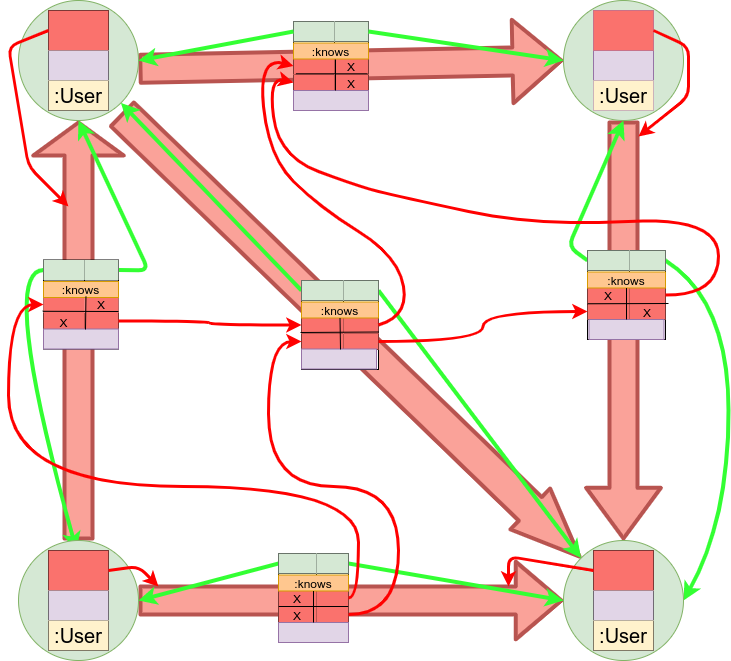
This is doc/kolloquium/img/example_structs.png from SomeUserName1/master, a draw.io export, as it was before one commit. Source tidied: cells renumbered, new cells last; positions are measured from the earlier drawing's top-left corner, leaving out a move shared by most shapes.
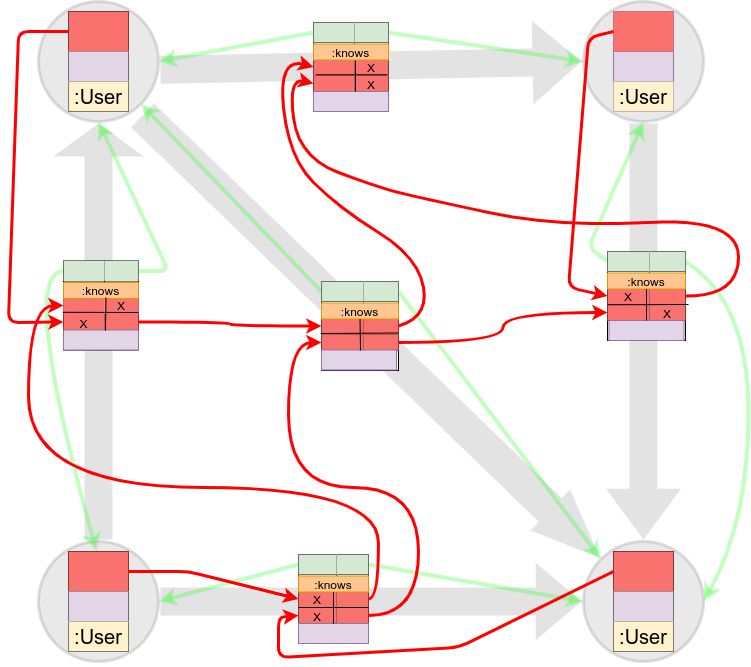
After the change.

Commit message:
incluidence list figure adjust data structure ex

What changed in the source:
```diff
@@ -2,24 +2,24 @@
   <root>
     <mxCell id="0" />
     <mxCell id="1" parent="0" />
-    <mxCell id="2" style="shape=flexArrow;endArrow=classic;html=1;strokeWidth=4;width=30;strokeColor=#b85450;entryX=0;entryY=0;entryDx=0;entryDy=0;endWidth=20;endSize=21.571428571428573;exitX=0.854;exitY=0.937;exitDx=0;exitDy=0;exitPerimeter=0;fillColor=#FAA299;" parent="1" edge="1" source="7" target="50">
+    <mxCell id="2" style="shape=flexArrow;endArrow=classic;html=1;strokeWidth=4;width=30;entryX=0;entryY=0;entryDx=0;entryDy=0;endWidth=20;endSize=21.571428571428573;exitX=0.854;exitY=0.937;exitDx=0;exitDy=0;exitPerimeter=0;opacity=30;strokeColor=none;fillColor=#A1A1A1;" parent="1" edge="1" source="7" target="50">
       <mxGeometry relative="1" as="geometry" />
     </mxCell>
-    <mxCell id="3" style="shape=flexArrow;endArrow=classic;html=1;strokeWidth=4;width=25;strokeColor=#b85450;entryX=0.5;entryY=1;entryDx=0;entryDy=0;endWidth=58.57142857142858;endSize=9.67142857142857;fillColor=#FAA299;exitX=0.5;exitY=0;exitDx=0;exitDy=0;" parent="1" edge="1" source="42" target="7">
+    <mxCell id="3" style="shape=flexArrow;endArrow=classic;html=1;strokeWidth=4;width=25;entryX=0.5;entryY=1;entryDx=0;entryDy=0;endWidth=58.57142857142858;endSize=9.67142857142857;exitX=0.5;exitY=0;exitDx=0;exitDy=0;opacity=30;strokeColor=none;fillColor=#A1A1A1;" parent="1" edge="1" source="42" target="7">
       <mxGeometry relative="1" as="geometry" />
     </mxCell>
-    <mxCell id="4" style="shape=flexArrow;endArrow=classic;html=1;strokeWidth=4;width=25;strokeColor=#b85450;entryX=0;entryY=0.5;entryDx=0;entryDy=0;endWidth=45.714285714285715;endSize=13.957142857142857;fillColor=#FAA299;exitX=1;exitY=0.5;exitDx=0;exitDy=0;" parent="1" edge="1" source="42" target="50">
+    <mxCell id="4" style="shape=flexArrow;endArrow=classic;html=1;strokeWidth=4;width=25;entryX=0;entryY=0.5;entryDx=0;entryDy=0;endWidth=45.714285714285715;endSize=13.957142857142857;exitX=1;exitY=0.5;exitDx=0;exitDy=0;opacity=30;strokeColor=none;fillColor=#A1A1A1;" parent="1" edge="1" source="42" target="50">
       <mxGeometry relative="1" as="geometry" />
     </mxCell>
-    <mxCell id="5" style="shape=flexArrow;endArrow=classic;html=1;strokeWidth=4;width=25;strokeColor=#b85450;entryX=0.5;entryY=0;entryDx=0;entryDy=0;endWidth=42.85714285714286;endSize=15.571428571428573;fillColor=#FAA299;exitX=0.5;exitY=1;exitDx=0;exitDy=0;" parent="1" edge="1" source="58" target="50">
+    <mxCell id="5" style="shape=flexArrow;endArrow=classic;html=1;strokeWidth=4;width=25;entryX=0.5;entryY=0;entryDx=0;entryDy=0;endWidth=42.85714285714286;endSize=15.571428571428573;exitX=0.5;exitY=1;exitDx=0;exitDy=0;opacity=30;strokeColor=none;fillColor=#A1A1A1;" parent="1" edge="1" source="58" target="50">
       <mxGeometry relative="1" as="geometry" />
     </mxCell>
-    <mxCell id="6" style="shape=flexArrow;endArrow=classic;html=1;strokeWidth=4;width=25;strokeColor=#b85450;entryX=0;entryY=0.5;entryDx=0;entryDy=0;endWidth=51.42857142857143;endSize=14.971428571428573;fillColor=#FAA299;" parent="1" edge="1" target="58">
+    <mxCell id="6" style="shape=flexArrow;endArrow=classic;html=1;strokeWidth=4;width=25;entryX=0;entryY=0.5;entryDx=0;entryDy=0;endWidth=51.42857142857143;endSize=14.971428571428573;opacity=30;strokeColor=none;fillColor=#A1A1A1;" parent="1" edge="1" target="58">
       <mxGeometry relative="1" as="geometry">
         <mxPoint x="140" y="172.3" as="sourcePoint" />
       </mxGeometry>
     </mxCell>
-    <mxCell id="7" style="ellipse;whiteSpace=wrap;html=1;shadow=0;strokeColor=#82b366;strokeWidth=1;fillColor=#d5e8d4;" parent="1" vertex="1">
+    <mxCell id="7" style="ellipse;whiteSpace=wrap;html=1;shadow=0;strokeWidth=3;strokeColor=#949494;opacity=30;fillColor=#B5B5B5;" parent="1" vertex="1">
       <mxGeometry x="20" y="104" width="120" height="120" as="geometry" />
     </mxCell>
     <mxCell id="8" style="shape=table;html=1;whiteSpace=wrap;startSize=0;strokeWidth=1;shadow=0;swimlaneFillColor=none;sketch=0;rounded=0;" parent="1" vertex="1">
@@ -94,13 +94,13 @@
     <mxCell id="31" value="&lt;span style=&quot;font-size: 20px&quot;&gt;:User&lt;/span&gt;" style="shape=partialRectangle;html=1;whiteSpace=wrap;fillColor=#fff2cc;top=0;left=0;bottom=0;right=0;overflow=hidden;strokeColor=#d6b656;" parent="30" vertex="1">
       <mxGeometry width="60" height="30" as="geometry" />
     </mxCell>
-    <mxCell id="32" style="endArrow=classic;html=1;exitX=1;exitY=0.5;exitDx=0;exitDy=0;entryX=0;entryY=0.5;entryDx=0;entryDy=0;fillColor=#d5e8d4;strokeWidth=4;strokeColor=#33FF33;" parent="1" edge="1" source="9" target="58">
+    <mxCell id="32" style="endArrow=classic;html=1;exitX=1;exitY=0.5;exitDx=0;exitDy=0;entryX=0;entryY=0.5;entryDx=0;entryDy=0;fillColor=#d5e8d4;strokeWidth=4;strokeColor=#33FF33;opacity=30;" parent="1" edge="1" source="9" target="58">
       <mxGeometry relative="1" as="geometry" />
     </mxCell>
-    <mxCell id="33" style="endArrow=classic;html=1;exitX=0;exitY=0.5;exitDx=0;exitDy=0;fillColor=#d5e8d4;strokeWidth=4;entryX=1;entryY=0.5;entryDx=0;entryDy=0;strokeColor=#33FF33;" parent="1" edge="1" source="9" target="7">
+    <mxCell id="33" style="endArrow=classic;html=1;exitX=0;exitY=0.5;exitDx=0;exitDy=0;fillColor=#d5e8d4;strokeWidth=4;entryX=1;entryY=0.5;entryDx=0;entryDy=0;strokeColor=#33FF33;opacity=30;" parent="1" edge="1" source="9" target="7">
       <mxGeometry relative="1" as="geometry" />
     </mxCell>
-    <mxCell id="34" style="endArrow=classic;html=1;fillColor=#d5e8d4;strokeWidth=4;exitX=1;exitY=0.5;exitDx=0;exitDy=0;strokeColor=#33FF33;" parent="1" edge="1" source="119">
+    <mxCell id="34" style="endArrow=classic;html=1;fillColor=#d5e8d4;strokeWidth=4;exitX=1;exitY=0.5;exitDx=0;exitDy=0;strokeColor=#33FF33;opacity=30;" parent="1" edge="1" source="119">
       <mxGeometry relative="1" as="geometry">
         <mxPoint x="80" y="224" as="targetPoint" />
         <Array as="points">
@@ -108,27 +108,27 @@
         </Array>
       </mxGeometry>
     </mxCell>
-    <mxCell id="35" style="curved=1;endArrow=classic;html=1;entryX=0.467;entryY=0;entryDx=0;entryDy=0;exitX=0;exitY=0.5;exitDx=0;exitDy=0;fillColor=#d5e8d4;strokeWidth=4;entryPerimeter=0;strokeColor=#33FF33;" parent="1" edge="1" source="119" target="44">
+    <mxCell id="35" style="curved=1;endArrow=classic;html=1;entryX=0.467;entryY=0;entryDx=0;entryDy=0;exitX=0;exitY=0.5;exitDx=0;exitDy=0;fillColor=#d5e8d4;strokeWidth=4;entryPerimeter=0;strokeColor=#33FF33;opacity=30;" parent="1" edge="1" source="119" target="44">
       <mxGeometry relative="1" as="geometry">
         <Array as="points">
           <mxPoint y="374" />
         </Array>
       </mxGeometry>
     </mxCell>
-    <mxCell id="36" style="endArrow=classic;html=1;exitX=0;exitY=0.5;exitDx=0;exitDy=0;entryX=1;entryY=0.5;entryDx=0;entryDy=0;fillColor=#d5e8d4;strokeWidth=4;strokeColor=#33FF33;" parent="1" edge="1" source="85" target="42">
+    <mxCell id="36" style="endArrow=classic;html=1;exitX=0;exitY=0.5;exitDx=0;exitDy=0;entryX=1;entryY=0.5;entryDx=0;entryDy=0;fillColor=#d5e8d4;strokeWidth=4;strokeColor=#33FF33;opacity=30;" parent="1" edge="1" source="85" target="42">
       <mxGeometry relative="1" as="geometry" />
     </mxCell>
-    <mxCell id="37" style="endArrow=classic;html=1;entryX=0;entryY=0.5;entryDx=0;entryDy=0;exitX=1;exitY=0.5;exitDx=0;exitDy=0;fillColor=#d5e8d4;strokeWidth=4;strokeColor=#33FF33;" parent="1" edge="1" source="85" target="50">
+    <mxCell id="37" style="endArrow=classic;html=1;entryX=0;entryY=0.5;entryDx=0;entryDy=0;exitX=1;exitY=0.5;exitDx=0;exitDy=0;fillColor=#d5e8d4;strokeWidth=4;strokeColor=#33FF33;opacity=30;" parent="1" edge="1" source="85" target="50">
       <mxGeometry relative="1" as="geometry" />
     </mxCell>
-    <mxCell id="38" style="endArrow=classic;html=1;entryX=0.5;entryY=1;entryDx=0;entryDy=0;fillColor=#d5e8d4;strokeWidth=4;exitX=0;exitY=0.5;exitDx=0;exitDy=0;strokeColor=#33FF33;" parent="1" edge="1" source="68" target="58">
+    <mxCell id="38" style="endArrow=classic;html=1;entryX=0.5;entryY=1;entryDx=0;entryDy=0;fillColor=#d5e8d4;strokeWidth=4;exitX=0;exitY=0.5;exitDx=0;exitDy=0;strokeColor=#33FF33;opacity=30;" parent="1" edge="1" source="68" target="58">
       <mxGeometry relative="1" as="geometry">
         <Array as="points">
           <mxPoint x="570" y="350" />
         </Array>
       </mxGeometry>
     </mxCell>
-    <mxCell id="39" style="curved=1;endArrow=classic;html=1;entryX=1;entryY=0.5;entryDx=0;entryDy=0;exitX=1;exitY=0.5;exitDx=0;exitDy=0;fillColor=#d5e8d4;strokeWidth=4;strokeColor=#33FF33;" parent="1" edge="1" source="68" target="50">
+    <mxCell id="39" style="curved=1;endArrow=classic;html=1;entryX=1;entryY=0.5;entryDx=0;entryDy=0;exitX=1;exitY=0.5;exitDx=0;exitDy=0;fillColor=#d5e8d4;strokeWidth=4;strokeColor=#33FF33;opacity=30;" parent="1" edge="1" source="68" target="50">
       <mxGeometry relative="1" as="geometry">
         <Array as="points">
           <mxPoint x="730" y="404" />
@@ -136,13 +136,13 @@
         </Array>
       </mxGeometry>
     </mxCell>
-    <mxCell id="40" style="endArrow=classic;html=1;exitX=0;exitY=0.5;exitDx=0;exitDy=0;fillColor=#d5e8d4;strokeWidth=4;entryX=1;entryY=1;entryDx=0;entryDy=0;strokeColor=#33FF33;" parent="1" edge="1" source="102" target="7">
+    <mxCell id="40" style="endArrow=classic;html=1;exitX=0;exitY=0.5;exitDx=0;exitDy=0;fillColor=#d5e8d4;strokeWidth=4;entryX=1;entryY=1;entryDx=0;entryDy=0;strokeColor=#33FF33;opacity=30;" parent="1" edge="1" source="102" target="7">
       <mxGeometry relative="1" as="geometry" />
     </mxCell>
-    <mxCell id="41" style="endArrow=classic;html=1;entryX=0;entryY=0;entryDx=0;entryDy=0;exitX=1;exitY=0.5;exitDx=0;exitDy=0;fillColor=#d5e8d4;strokeWidth=4;strokeColor=#33FF33;" parent="1" edge="1" source="102" target="50">
+    <mxCell id="41" style="endArrow=classic;html=1;entryX=0;entryY=0;entryDx=0;entryDy=0;exitX=1;exitY=0.5;exitDx=0;exitDy=0;fillColor=#d5e8d4;strokeWidth=4;strokeColor=#33FF33;opacity=30;" parent="1" edge="1" source="102" target="50">
       <mxGeometry relative="1" as="geometry" />
     </mxCell>
-    <mxCell id="42" style="ellipse;whiteSpace=wrap;html=1;shadow=0;strokeColor=#82b366;strokeWidth=1;fillColor=#d5e8d4;" parent="1" vertex="1">
+    <mxCell id="42" style="ellipse;whiteSpace=wrap;html=1;shadow=0;strokeWidth=3;strokeColor=#949494;opacity=30;fillColor=#B5B5B5;" parent="1" vertex="1">
       <mxGeometry x="20" y="644" width="120" height="120" as="geometry" />
     </mxCell>
     <mxCell id="43" style="shape=table;html=1;whiteSpace=wrap;startSize=0;" parent="1" vertex="1">
@@ -166,7 +166,7 @@
     <mxCell id="49" value="&lt;span style=&quot;font-size: 20px&quot;&gt;:User&lt;/span&gt;" style="shape=partialRectangle;html=1;whiteSpace=wrap;fillColor=#fff2cc;top=0;left=0;bottom=0;right=0;overflow=hidden;strokeColor=#d6b656;" parent="48" vertex="1">
       <mxGeometry width="60" height="30" as="geometry" />
     </mxCell>
-    <mxCell id="50" style="ellipse;whiteSpace=wrap;html=1;shadow=0;strokeColor=#82b366;strokeWidth=1;fillColor=#d5e8d4;" parent="1" vertex="1">
+    <mxCell id="50" style="ellipse;whiteSpace=wrap;html=1;shadow=0;strokeWidth=3;strokeColor=#949494;opacity=30;fillColor=#B5B5B5;" parent="1" vertex="1">
       <mxGeometry x="565" y="644" width="120" height="120" as="geometry" />
     </mxCell>
     <mxCell id="51" style="shape=table;html=1;whiteSpace=wrap;startSize=0;" parent="1" vertex="1">
@@ -190,7 +190,7 @@
     <mxCell id="57" value="&lt;span style=&quot;font-size: 20px&quot;&gt;:User&lt;/span&gt;" style="shape=partialRectangle;html=1;whiteSpace=wrap;fillColor=#fff2cc;top=0;left=0;bottom=0;right=0;overflow=hidden;strokeColor=#d6b656;" parent="56" vertex="1">
       <mxGeometry width="60" height="30" as="geometry" />
     </mxCell>
-    <mxCell id="58" style="ellipse;whiteSpace=wrap;html=1;shadow=0;strokeColor=#82b366;strokeWidth=1;fillColor=#d5e8d4;" parent="1" vertex="1">
+    <mxCell id="58" style="ellipse;whiteSpace=wrap;html=1;shadow=0;strokeWidth=3;strokeColor=#949494;opacity=30;fillColor=#B5B5B5;" parent="1" vertex="1">
       <mxGeometry x="565" y="104" width="120" height="120" as="geometry" />
     </mxCell>
     <mxCell id="59" style="shape=table;html=1;whiteSpace=wrap;startSize=0;fillColor=#e1d5e7;strokeColor=#9673a6;" parent="1" vertex="1">
@@ -421,21 +421,19 @@
     <mxCell id="134" value=":knows" style="rounded=0;whiteSpace=wrap;html=1;shadow=0;strokeColor=#d79b00;strokeWidth=1;direction=east;fillColor=#FFC78F;" parent="1" vertex="1">
       <mxGeometry x="45" y="385" width="75" height="16" as="geometry" />
     </mxCell>
-    <mxCell id="135" style="endArrow=classic;html=1;strokeWidth=3;fillColor=#FAA299;gradientColor=#ffffff;exitX=0;exitY=0.5;exitDx=0;exitDy=0;strokeColor=#FF0000;" parent="1" edge="1" source="26">
+    <mxCell id="135" style="endArrow=classic;html=1;strokeWidth=3;fillColor=#FAA299;gradientColor=#ffffff;exitX=0;exitY=0.5;exitDx=0;exitDy=0;strokeColor=#FF0000;entryX=0;entryY=0.5;entryDx=0;entryDy=0;" parent="1" edge="1" source="26" target="128">
       <mxGeometry relative="1" as="geometry">
-        <mxPoint x="70" y="310" as="targetPoint" />
         <Array as="points">
-          <mxPoint x="10" y="150" />
-          <mxPoint x="30" y="270" />
+          <mxPoint y="134" />
+          <mxPoint x="-10" y="425" />
         </Array>
       </mxGeometry>
     </mxCell>
-    <mxCell id="136" style="endArrow=classic;html=1;strokeWidth=3;fillColor=#FAA299;gradientColor=#ffffff;exitX=1;exitY=0.5;exitDx=0;exitDy=0;strokeColor=#FF0000;" parent="1" edge="1" source="60">
+    <mxCell id="136" style="endArrow=classic;html=1;strokeWidth=3;fillColor=#FAA299;gradientColor=#ffffff;strokeColor=#FF0000;entryX=0;entryY=0.5;entryDx=0;entryDy=0;exitX=0;exitY=0.5;exitDx=0;exitDy=0;" parent="1" edge="1" source="60" target="74">
       <mxGeometry relative="1" as="geometry">
-        <mxPoint x="640" y="240" as="targetPoint" />
         <Array as="points">
-          <mxPoint x="690" y="150" />
-          <mxPoint x="690" y="200" />
+          <mxPoint x="570" y="140" />
+          <mxPoint x="550" y="390" />
         </Array>
       </mxGeometry>
     </mxCell>
@@ -454,19 +452,19 @@
     <mxCell id="141" style="rounded=0;whiteSpace=wrap;html=1;shadow=0;sketch=0;strokeColor=#9673a6;strokeWidth=1;fillColor=#e1d5e7;" parent="1" vertex="1">
       <mxGeometry x="590.5" y="423" width="75" height="20" as="geometry" />
     </mxCell>
-    <mxCell id="142" style="endArrow=classic;html=1;strokeWidth=3;fillColor=#FAA299;gradientColor=#ffffff;exitX=0;exitY=0.5;exitDx=0;exitDy=0;strokeColor=#FF0000;" parent="1" edge="1" source="52">
+    <mxCell id="142" style="endArrow=classic;html=1;strokeWidth=3;fillColor=#FAA299;gradientColor=#ffffff;exitX=0;exitY=0.5;exitDx=0;exitDy=0;strokeColor=#FF0000;entryX=0;entryY=0.5;entryDx=0;entryDy=0;" parent="1" edge="1" source="52" target="94">
       <mxGeometry relative="1" as="geometry">
-        <mxPoint x="510" y="690" as="targetPoint" />
         <Array as="points">
-          <mxPoint x="510" y="660" />
+          <mxPoint x="440" y="750" />
+          <mxPoint x="260" y="760" />
+          <mxPoint x="260" y="720" />
         </Array>
       </mxGeometry>
     </mxCell>
-    <mxCell id="143" style="endArrow=classic;html=1;strokeWidth=3;fillColor=#FAA299;gradientColor=#ffffff;exitX=1;exitY=0.5;exitDx=0;exitDy=0;strokeColor=#FF0000;" parent="1" edge="1" source="44">
+    <mxCell id="143" style="endArrow=classic;html=1;strokeWidth=3;fillColor=#FAA299;gradientColor=#ffffff;exitX=1;exitY=0.5;exitDx=0;exitDy=0;strokeColor=#FF0000;entryX=0;entryY=0.5;entryDx=0;entryDy=0;" parent="1" edge="1" source="44" target="91">
       <mxGeometry relative="1" as="geometry">
-        <mxPoint x="160" y="690" as="targetPoint" />
         <Array as="points">
-          <mxPoint x="140" y="670" />
+          <mxPoint x="170" y="674" />
         </Array>
       </mxGeometry>
     </mxCell>
@@ -516,16 +514,6 @@
         <mxPoint x="337" y="163" as="targetPoint" />
       </mxGeometry>
     </mxCell>
-    <mxCell id="153" style="curved=1;endArrow=classic;html=1;strokeColor=#9673a6;strokeWidth=3;fillColor=#e1d5e7;exitX=0.75;exitY=0;exitDx=0;exitDy=0;entryX=0.25;entryY=0;entryDx=0;entryDy=0;" parent="1" edge="1" target="x">
-      <mxGeometry relative="1" as="geometry">
-        <mxPoint x="911" y="210" as="sourcePoint" />
-        <Array as="points">
-          <mxPoint x="910" y="90" />
-          <mxPoint x="910" y="10" />
-          <mxPoint x="830" />
-        </Array>
-      </mxGeometry>
-    </mxCell>
     <mxCell id="154" style="edgeStyle=orthogonalEdgeStyle;rounded=0;jettySize=auto;html=1;exitX=1;exitY=0.5;exitDx=0;exitDy=0;entryX=0;entryY=0.5;entryDx=0;entryDy=0;fillColor=#f8cecc;strokeWidth=3;curved=1;strokeColor=#FF0000;" parent="1" edge="1" source="128" target="108">
       <mxGeometry relative="1" as="geometry" />
     </mxCell>
```
